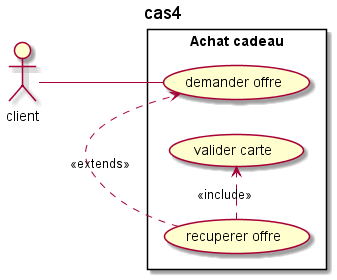
This is out/DiagrammeDeChoixDeConception2/cas4.png from ZeroAbsolue/infidelite, a PlantUML export, as it was before one commit.
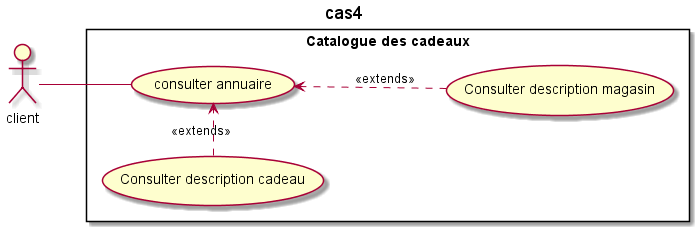
Later version of the same file.

Change to the diagram source:
```diff
@@ -3,13 +3,13 @@
 left to right direction
 
 actor client as C
-rectangle "Achat cadeau" {
-    usecase "demander offre" as UC1
-    usecase "recuperer offre" as UC2
-    usecase "valider carte" as UC3
+rectangle "Catalogue des cadeaux" {
+    usecase "consulter annuaire" as UC1
+    usecase "Consulter description cadeau" as UC2
+    usecase "Consulter description magasin" as UC3
 
     UC2 .> UC1 : <<extends>>
-    UC2 .> UC3 : <<include>>
+    UC3 .up.> UC1 : <<extends>>
 
 }
 
```
